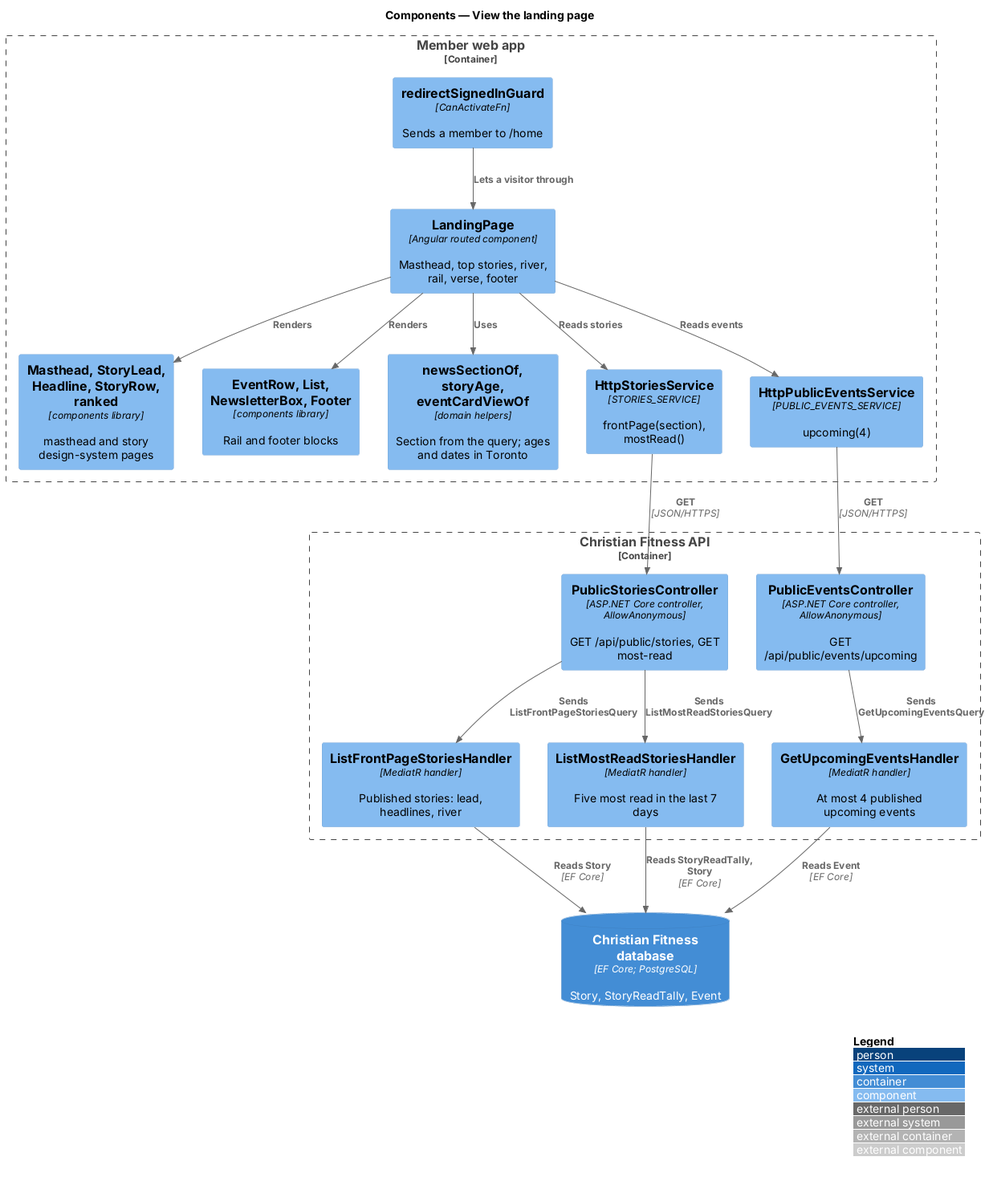
QuinntyneBrown/christian-fitness keeps this PlantUML diagram as docs/detailed-designs/member-access/view-landing-page/diagrams/c4-component.png. Above is the earlier version.
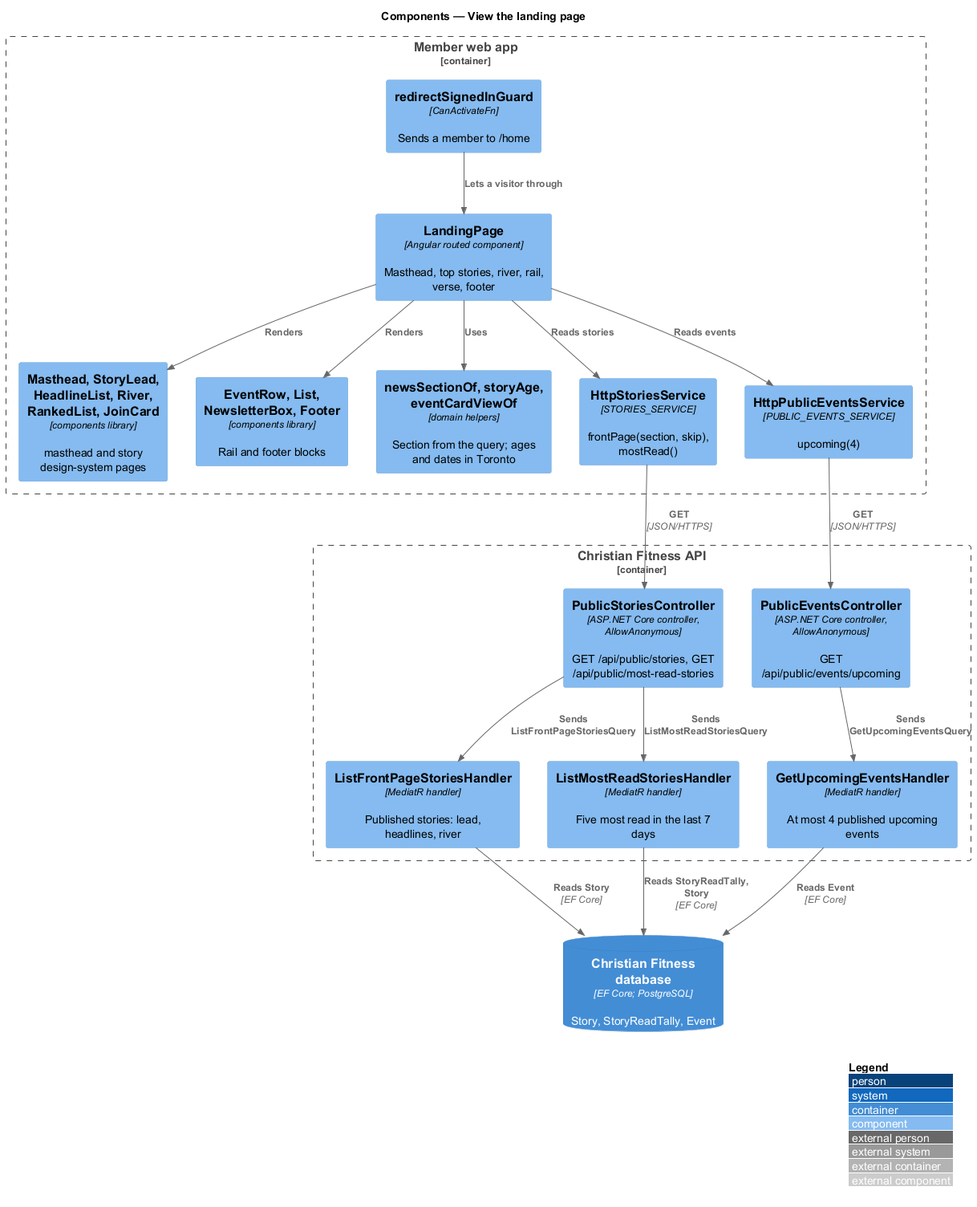
Above is the later version.

What changed in the source:
```diff
@@ -6,14 +6,14 @@
 Container_Boundary(web, "Member web app") {
   Component(guard, "redirectSignedInGuard", "CanActivateFn", "Sends a member to /home")
   Component(page, "LandingPage", "Angular routed component", "Masthead, top stories, river, rail, verse, footer")
-  Component(ui, "Masthead, StoryLead, Headline, StoryRow, ranked", "components library", "masthead and story design-system pages")
+  Component(ui, "Masthead, StoryLead, HeadlineList, River, RankedList, JoinCard", "components library", "masthead and story design-system pages")
   Component(rail, "EventRow, List, NewsletterBox, Footer", "components library", "Rail and footer blocks")
   Component(dom, "newsSectionOf, storyAge, eventCardViewOf", "domain helpers", "Section from the query; ages and dates in Toronto")
-  Component(stories, "HttpStoriesService", "STORIES_SERVICE", "frontPage(section), mostRead()")
+  Component(stories, "HttpStoriesService", "STORIES_SERVICE", "frontPage(section, skip), mostRead()")
   Component(events, "HttpPublicEventsService", "PUBLIC_EVENTS_SERVICE", "upcoming(4)")
 }
 Container_Boundary(api, "Christian Fitness API") {
-  Component(sctrl, "PublicStoriesController", "ASP.NET Core controller, AllowAnonymous", "GET /api/public/stories, GET most-read")
+  Component(sctrl, "PublicStoriesController", "ASP.NET Core controller, AllowAnonymous", "GET /api/public/stories, GET /api/public/most-read-stories")
   Component(front, "ListFrontPageStoriesHandler", "MediatR handler", "Published stories: lead, headlines, river")
   Component(most, "ListMostReadStoriesHandler", "MediatR handler", "Five most read in the last 7 days")
   Component(ectrl, "PublicEventsController", "ASP.NET Core controller, AllowAnonymous", "GET /api/public/events/upcoming")
```
